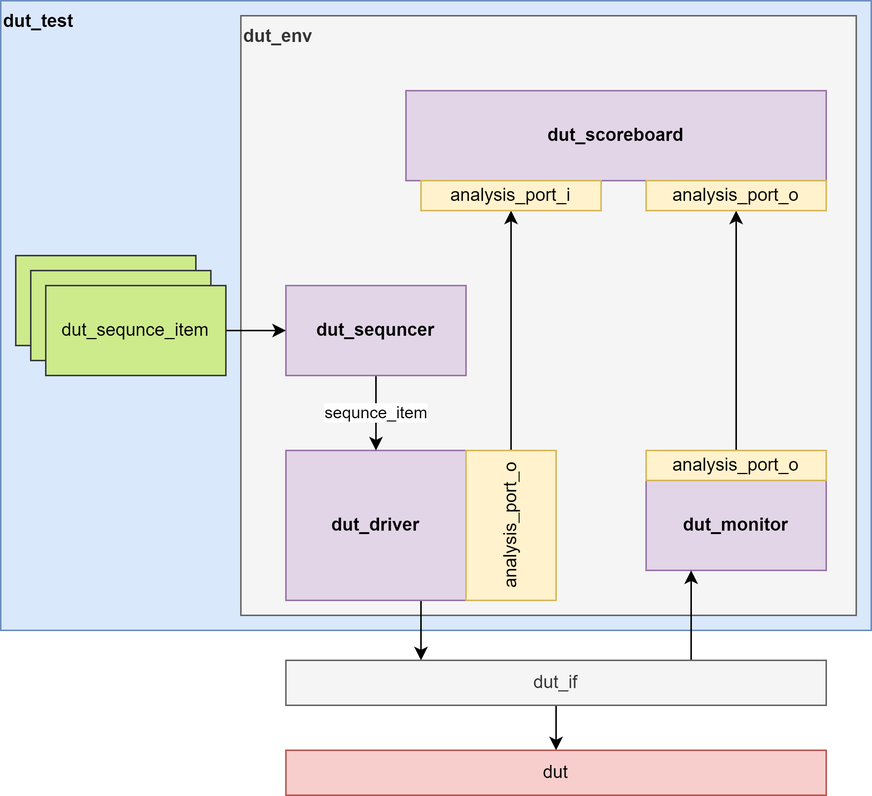
vicg42/ialu_test keeps this draw.io diagram as doc/uvm-test.drawio.png. Above is the earlier version. Source tidied: cells renumbered, new cells last; positions are measured from the earlier drawing's top-left corner, leaving out a move shared by most shapes. The source it was exported from:
```xml
<mxGraphModel>
  <root>
    <mxCell id="0" />
    <mxCell id="1" parent="0" />
    <mxCell id="2" value="&lt;b&gt;dut_test&lt;/b&gt;" style="rounded=0;whiteSpace=wrap;html=1;align=left;verticalAlign=top;fillColor=#dae8fc;strokeColor=#6c8ebf;" parent="1" vertex="1">
      <mxGeometry width="580" height="420" as="geometry" />
    </mxCell>
    <mxCell id="3" value="&lt;b&gt;dut_env&lt;/b&gt;" style="rounded=0;whiteSpace=wrap;html=1;align=left;verticalAlign=top;fillColor=#f5f5f5;strokeColor=#666666;fontColor=#333333;" parent="1" vertex="1">
      <mxGeometry x="160" y="10" width="410" height="400" as="geometry" />
    </mxCell>
    <mxCell id="4" value="dut_monitor" style="rounded=0;whiteSpace=wrap;html=1;fillColor=#e1d5e7;strokeColor=#9673a6;fontStyle=1;" parent="1" vertex="1">
      <mxGeometry x="430" y="320" width="120" height="60" as="geometry" />
    </mxCell>
    <mxCell id="5" style="edgeStyle=none;html=1;exitX=0.75;exitY=1;exitDx=0;exitDy=0;entryX=0.25;entryY=0;entryDx=0;entryDy=0;" parent="1" edge="1" source="6" target="16">
      <mxGeometry relative="1" as="geometry" />
    </mxCell>
    <mxCell id="6" value="dut_driver" style="rounded=0;whiteSpace=wrap;html=1;fillColor=#e1d5e7;strokeColor=#9673a6;fontStyle=1;" parent="1" vertex="1">
      <mxGeometry x="190" y="300" width="120" height="100" as="geometry" />
    </mxCell>
    <mxCell id="7" value="sequnce_item" style="edgeStyle=none;html=1;exitX=0.5;exitY=1;exitDx=0;exitDy=0;entryX=0.5;entryY=0;entryDx=0;entryDy=0;" parent="1" edge="1" source="8" target="6">
      <mxGeometry relative="1" as="geometry" />
    </mxCell>
    <mxCell id="8" value="dut_sequncer" style="rounded=0;whiteSpace=wrap;html=1;fillColor=#e1d5e7;strokeColor=#9673a6;fontStyle=1;" parent="1" vertex="1">
      <mxGeometry x="190" y="190" width="120" height="60" as="geometry" />
    </mxCell>
    <mxCell id="9" value="dut_sequnce_item" style="rounded=0;whiteSpace=wrap;html=1;fillColor=#cdeb8b;strokeColor=#36393d;" parent="1" vertex="1">
      <mxGeometry x="10" y="170" width="120" height="60" as="geometry" />
    </mxCell>
    <mxCell id="10" value="dut_sequncer" style="rounded=0;whiteSpace=wrap;html=1;fillColor=#cdeb8b;strokeColor=#36393d;" parent="1" vertex="1">
      <mxGeometry x="20" y="180" width="120" height="60" as="geometry" />
    </mxCell>
    <mxCell id="11" style="edgeStyle=none;html=1;exitX=1;exitY=0.5;exitDx=0;exitDy=0;entryX=0;entryY=0.5;entryDx=0;entryDy=0;" parent="1" edge="1" source="12" target="8">
      <mxGeometry relative="1" as="geometry" />
    </mxCell>
    <mxCell id="12" value="dut_sequnce_item" style="rounded=0;whiteSpace=wrap;html=1;fillColor=#cdeb8b;strokeColor=#36393d;" parent="1" vertex="1">
      <mxGeometry x="30" y="190" width="120" height="60" as="geometry" />
    </mxCell>
    <mxCell id="13" value="&lt;b&gt;dut_scoreboard&lt;/b&gt;" style="rounded=0;whiteSpace=wrap;html=1;fillColor=#e1d5e7;strokeColor=#9673a6;" parent="1" vertex="1">
      <mxGeometry x="270" y="60" width="280" height="60" as="geometry" />
    </mxCell>
    <mxCell id="14" style="edgeStyle=none;html=1;exitX=0.75;exitY=0;exitDx=0;exitDy=0;entryX=0.25;entryY=1;entryDx=0;entryDy=0;" parent="1" edge="1" source="16" target="4">
      <mxGeometry relative="1" as="geometry" />
    </mxCell>
    <mxCell id="15" style="edgeStyle=none;html=1;exitX=0.5;exitY=1;exitDx=0;exitDy=0;" parent="1" edge="1" source="16" target="17">
      <mxGeometry relative="1" as="geometry" />
    </mxCell>
    <mxCell id="16" value="dut_if" style="rounded=0;whiteSpace=wrap;html=1;fillColor=#f5f5f5;fontColor=#333333;strokeColor=#666666;" parent="1" vertex="1">
      <mxGeometry x="190" y="440" width="360" height="30" as="geometry" />
    </mxCell>
    <mxCell id="17" value="dut" style="rounded=0;whiteSpace=wrap;html=1;fillColor=#f8cecc;strokeColor=#b85450;" parent="1" vertex="1">
      <mxGeometry x="190" y="500" width="360" height="30" as="geometry" />
    </mxCell>
    <mxCell id="18" style="edgeStyle=none;html=1;exitX=0.5;exitY=0;exitDx=0;exitDy=0;entryX=0.5;entryY=1;entryDx=0;entryDy=0;" parent="1" edge="1" source="19" target="22">
      <mxGeometry relative="1" as="geometry" />
    </mxCell>
    <mxCell id="19" value="analysis_port_o" style="rounded=0;whiteSpace=wrap;html=1;fillColor=#fff2cc;strokeColor=#d6b656;" parent="1" vertex="1">
      <mxGeometry x="430" y="300" width="120" height="20" as="geometry" />
    </mxCell>
    <mxCell id="20" style="edgeStyle=none;html=1;exitX=0.5;exitY=0;exitDx=0;exitDy=0;" parent="1" edge="1" source="21" target="23">
      <mxGeometry relative="1" as="geometry" />
    </mxCell>
    <mxCell id="21" value="analysis_port_o" style="rounded=0;whiteSpace=wrap;html=1;direction=east;horizontal=0;fillColor=#fff2cc;strokeColor=#d6b656;" parent="1" vertex="1">
      <mxGeometry x="310" y="300" width="60" height="100" as="geometry" />
    </mxCell>
    <mxCell id="22" value="analysis_port_o" style="rounded=0;whiteSpace=wrap;html=1;fillColor=#fff2cc;strokeColor=#d6b656;" parent="1" vertex="1">
      <mxGeometry x="430" y="120" width="120" height="20" as="geometry" />
    </mxCell>
    <mxCell id="23" value="analysis_port_i" style="rounded=0;whiteSpace=wrap;html=1;fillColor=#fff2cc;strokeColor=#d6b656;" parent="1" vertex="1">
      <mxGeometry x="280" y="120" width="120" height="20" as="geometry" />
    </mxCell>
  </root>
</mxGraphModel>
```
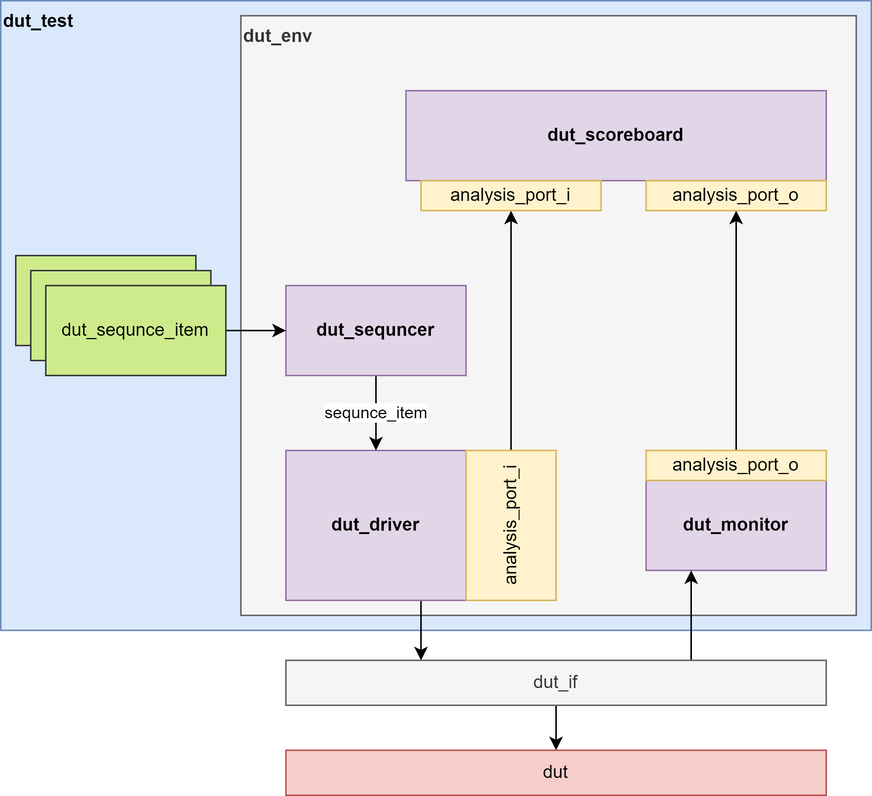
After the change.

What changed in the source:
```diff
@@ -59,7 +59,7 @@
     <mxCell id="20" style="edgeStyle=none;html=1;exitX=0.5;exitY=0;exitDx=0;exitDy=0;" parent="1" edge="1" source="21" target="23">
       <mxGeometry relative="1" as="geometry" />
     </mxCell>
-    <mxCell id="21" value="analysis_port_o" style="rounded=0;whiteSpace=wrap;html=1;direction=east;horizontal=0;fillColor=#fff2cc;strokeColor=#d6b656;" parent="1" vertex="1">
+    <mxCell id="21" value="analysis_port_i" style="rounded=0;whiteSpace=wrap;html=1;direction=east;horizontal=0;fillColor=#fff2cc;strokeColor=#d6b656;" parent="1" vertex="1">
       <mxGeometry x="310" y="300" width="60" height="100" as="geometry" />
     </mxCell>
     <mxCell id="22" value="analysis_port_o" style="rounded=0;whiteSpace=wrap;html=1;fillColor=#fff2cc;strokeColor=#d6b656;" parent="1" vertex="1">
```
